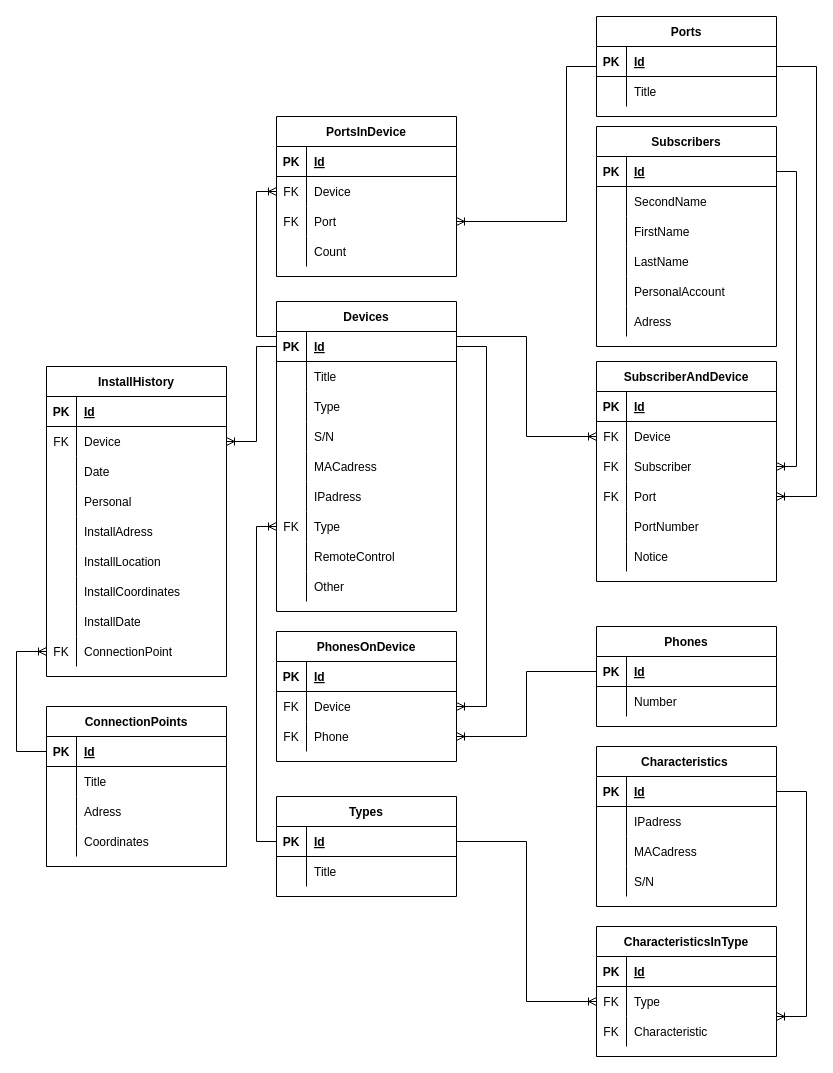
Grhead/Diagram-Logic keeps this draw.io diagram as Мищук Егор группа 604.drawio. Above is the earlier version. Source tidied: cells renumbered, new cells numbered last; positions are measured from the earlier drawing's top-left corner, leaving out a move shared by most shapes. Both pictures are drawn from the tidied source at 100%, with x=0, y=0 at pixel (16, 16).
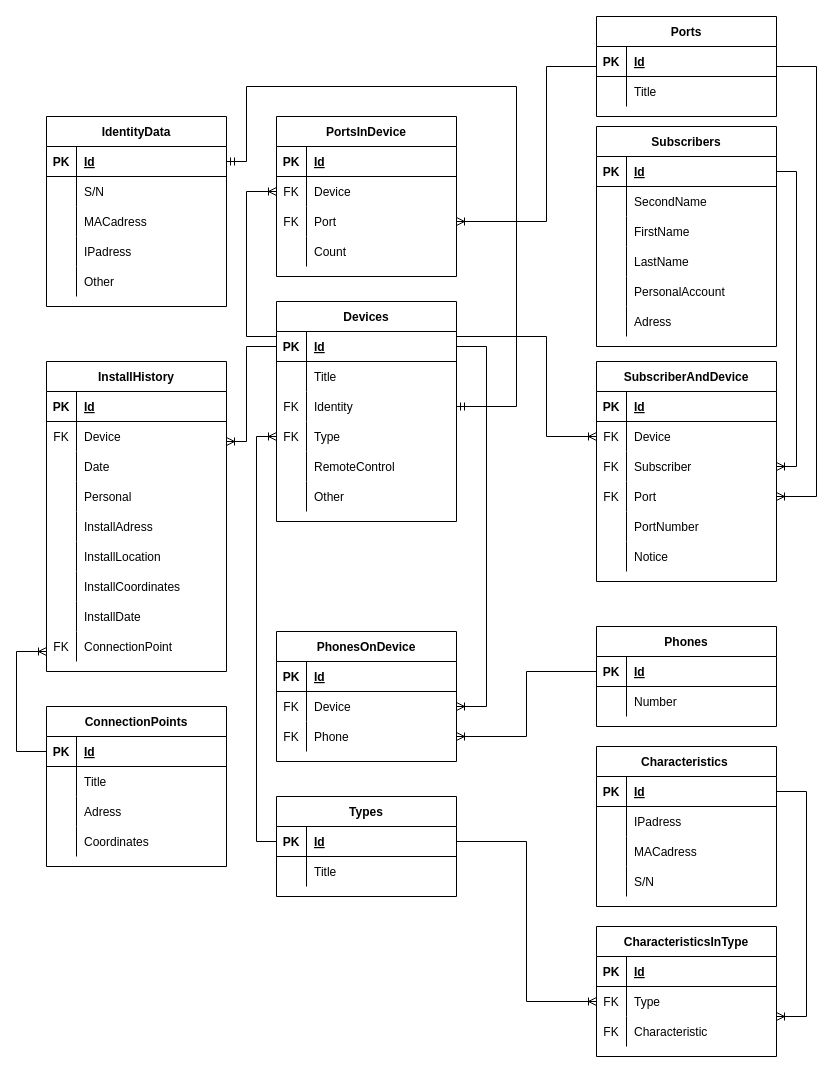
Above is the later version.

Unchanged cells that the change refers to:
```xml
<mxCell id="3" style="shape=tableRow;horizontal=0;startSize=0;swimlaneHead=0;swimlaneBody=0;fillColor=none;points=[[0,0.5],[1,0.5]];portConstraint=eastwest;top=0;left=0;right=0;bottom=1;" parent="2" vertex="1">
  <mxGeometry y="30" width="180" height="30" as="geometry" />
</mxCell>
<mxCell id="9" style="shape=tableRow;horizontal=0;startSize=0;swimlaneHead=0;swimlaneBody=0;fillColor=none;points=[[0,0.5],[1,0.5]];portConstraint=eastwest;top=0;left=0;right=0;bottom=0;" parent="2" vertex="1">
  <mxGeometry y="90" width="180" height="30" as="geometry" />
</mxCell>
<mxCell id="31" style="shape=tableRow;horizontal=0;startSize=0;swimlaneHead=0;swimlaneBody=0;fillColor=none;points=[[0,0.5],[1,0.5]];portConstraint=eastwest;top=0;left=0;right=0;bottom=1;" parent="30" vertex="1">
  <mxGeometry y="30" width="180" height="30" as="geometry" />
</mxCell>
<mxCell id="41" style="shape=tableRow;horizontal=0;startSize=0;swimlaneHead=0;swimlaneBody=0;fillColor=none;points=[[0,0.5],[1,0.5]];portConstraint=eastwest;top=0;left=0;right=0;bottom=0;" parent="37" vertex="1">
  <mxGeometry y="60" width="180" height="30" as="geometry" />
</mxCell>
<mxCell id="44" style="shape=tableRow;horizontal=0;startSize=0;swimlaneHead=0;swimlaneBody=0;fillColor=none;points=[[0,0.5],[1,0.5]];portConstraint=eastwest;top=0;left=0;right=0;bottom=0;" parent="37" vertex="1">
  <mxGeometry y="90" width="180" height="30" as="geometry" />
</mxCell>
<mxCell id="108" style="shape=tableRow;horizontal=0;startSize=0;swimlaneHead=0;swimlaneBody=0;fillColor=none;points=[[0,0.5],[1,0.5]];portConstraint=eastwest;top=0;left=0;right=0;bottom=0;" parent="104" vertex="1">
  <mxGeometry y="60" width="180" height="30" as="geometry" />
</mxCell>
<mxCell id="130" style="shape=tableRow;horizontal=0;startSize=0;swimlaneHead=0;swimlaneBody=0;fillColor=none;points=[[0,0.5],[1,0.5]];portConstraint=eastwest;top=0;left=0;right=0;bottom=0;" parent="126" vertex="1">
  <mxGeometry y="60" width="180" height="30" as="geometry" />
</mxCell>
<mxCell id="181" style="shape=tableRow;horizontal=0;startSize=0;swimlaneHead=0;swimlaneBody=0;fillColor=none;points=[[0,0.5],[1,0.5]];portConstraint=eastwest;top=0;left=0;right=0;bottom=1;" parent="180" vertex="1">
  <mxGeometry y="30" width="180" height="30" as="geometry" />
</mxCell>
```

The edit, as a diff of the source:
```diff
@@
     <mxCell id="2" value="Devices" style="shape=table;startSize=30;childLayout=tableLayout;rowLines=0;fontStyle=1;align=center;" parent="1" vertex="1">
-      <mxGeometry x="260" y="285" width="180" height="310" as="geometry" />
+      <mxGeometry x="260" y="285" width="180" height="220" as="geometry" />
     </mxCell>
@@
-    <mxCell id="10" style="shape=partialRectangle;fillColor=none;top=0;left=0;bottom=0;right=0;overflow=hidden;" parent="9" vertex="1">
-      <mxGeometry width="30" height="30" as="geometry" />
-    </mxCell>
-    <mxCell id="11" value="Type" style="shape=partialRectangle;fillColor=none;top=0;left=0;bottom=0;right=0;align=left;spacingLeft=6;overflow=hidden;" parent="9" vertex="1">
-      <mxGeometry x="30" width="150" height="30" as="geometry" />
-    </mxCell>
-    <mxCell id="12" style="shape=tableRow;horizontal=0;startSize=0;swimlaneHead=0;swimlaneBody=0;fillColor=none;top=0;left=0;right=0;bottom=0;" parent="2" vertex="1">
-      <mxGeometry y="120" width="180" height="30" as="geometry" />
-    </mxCell>
-    <mxCell id="13" style="shape=partialRectangle;fillColor=none;top=0;left=0;bottom=0;right=0;overflow=hidden;" parent="12" vertex="1">
-      <mxGeometry width="30" height="30" as="geometry" />
-    </mxCell>
-    <mxCell id="14" value="S/N" style="shape=partialRectangle;fillColor=none;top=0;left=0;bottom=0;right=0;align=left;spacingLeft=6;overflow=hidden;" parent="12" vertex="1">
-      <mxGeometry x="30" width="150" height="30" as="geometry" />
-    </mxCell>
-    <mxCell id="15" style="shape=tableRow;horizontal=0;startSize=0;swimlaneHead=0;swimlaneBody=0;fillColor=none;top=0;left=0;right=0;bottom=0;" parent="2" vertex="1">
-      <mxGeometry y="150" width="180" height="30" as="geometry" />
-    </mxCell>
-    <mxCell id="16" style="shape=partialRectangle;fillColor=none;top=0;left=0;bottom=0;right=0;overflow=hidden;" parent="15" vertex="1">
-      <mxGeometry width="30" height="30" as="geometry" />
-    </mxCell>
-    <mxCell id="17" value="MACadress" style="shape=partialRectangle;fillColor=none;top=0;left=0;bottom=0;right=0;align=left;spacingLeft=6;overflow=hidden;" parent="15" vertex="1">
-      <mxGeometry x="30" width="150" height="30" as="geometry" />
-    </mxCell>
-    <mxCell id="18" style="shape=tableRow;horizontal=0;startSize=0;swimlaneHead=0;swimlaneBody=0;fillColor=none;top=0;left=0;right=0;bottom=0;" parent="2" vertex="1">
-      <mxGeometry y="180" width="180" height="30" as="geometry" />
-    </mxCell>
-    <mxCell id="19" style="shape=partialRectangle;fillColor=none;top=0;left=0;bottom=0;right=0;overflow=hidden;" parent="18" vertex="1">
-      <mxGeometry width="30" height="30" as="geometry" />
-    </mxCell>
-    <mxCell id="20" value="IPadress" style="shape=partialRectangle;fillColor=none;top=0;left=0;bottom=0;right=0;align=left;spacingLeft=6;overflow=hidden;" parent="18" vertex="1">
-      <mxGeometry x="30" width="150" height="30" as="geometry" />
-    </mxCell>
+    <mxCell id="188" value="FK" style="shape=partialRectangle;fillColor=none;top=0;left=0;bottom=0;right=0;overflow=hidden;" parent="9" vertex="1">
+      <mxGeometry width="30" height="30" as="geometry" />
+    </mxCell>
+    <mxCell id="189" value="Identity" style="shape=partialRectangle;fillColor=none;top=0;left=0;bottom=0;right=0;align=left;spacingLeft=6;overflow=hidden;" parent="9" vertex="1">
+      <mxGeometry x="30" width="150" height="30" as="geometry" />
+    </mxCell>
     <mxCell id="21" style="shape=tableRow;horizontal=0;startSize=0;swimlaneHead=0;swimlaneBody=0;fillColor=none;points=[[0,0.5],[1,0.5]];portConstraint=eastwest;top=0;left=0;right=0;bottom=0;" parent="2" vertex="1">
-      <mxGeometry y="210" width="180" height="30" as="geometry" />
+      <mxGeometry y="120" width="180" height="30" as="geometry" />
     </mxCell>
@@
     <mxCell id="24" style="shape=tableRow;horizontal=0;startSize=0;swimlaneHead=0;swimlaneBody=0;fillColor=none;top=0;left=0;right=0;bottom=0;" parent="2" vertex="1">
-      <mxGeometry y="240" width="180" height="30" as="geometry" />
+      <mxGeometry y="150" width="180" height="30" as="geometry" />
     </mxCell>
@@
     <mxCell id="27" style="shape=tableRow;horizontal=0;startSize=0;swimlaneHead=0;swimlaneBody=0;fillColor=none;top=0;left=0;right=0;bottom=0;" parent="2" vertex="1">
-      <mxGeometry y="270" width="180" height="30" as="geometry" />
+      <mxGeometry y="180" width="180" height="30" as="geometry" />
     </mxCell>
@@
     <mxCell id="82" style="edgeStyle=orthogonalEdgeStyle;fontSize=12;html=1;endArrow=ERoneToMany;rounded=0;" parent="1" edge="1" source="181" target="44">
       <mxGeometry relative="1" as="geometry">
         <Array as="points">
-          <mxPoint x="550" y="50" />
-          <mxPoint x="550" y="205" />
+          <mxPoint x="530" y="50" />
+          <mxPoint x="530" y="205" />
         </Array>
       </mxGeometry>
     </mxCell>
     <mxCell id="83" style="edgeStyle=orthogonalEdgeStyle;fontSize=12;html=1;endArrow=ERoneToMany;rounded=0;" parent="1" edge="1" source="3" target="41">
       <mxGeometry relative="1" as="geometry">
         <Array as="points">
-          <mxPoint x="240" y="320" />
-          <mxPoint x="240" y="175" />
+          <mxPoint x="230" y="320" />
+          <mxPoint x="230" y="175" />
         </Array>
       </mxGeometry>
     </mxCell>
@@
     <mxCell id="123" style="edgeStyle=orthogonalEdgeStyle;fontSize=12;html=1;endArrow=ERoneToMany;rounded=0;" parent="1" edge="1" source="3" target="108">
       <mxGeometry relative="1" as="geometry">
         <Array as="points">
-          <mxPoint x="510" y="320" />
-          <mxPoint x="510" y="420" />
+          <mxPoint x="530" y="320" />
+          <mxPoint x="530" y="420" />
         </Array>
       </mxGeometry>
     </mxCell>
@@
     <mxCell id="126" value="InstallHistory" style="shape=table;startSize=30;childLayout=tableLayout;rowLines=0;fontStyle=1;align=center;" parent="1" vertex="1">
-      <mxGeometry x="30" y="350" width="180" height="310" as="geometry" />
+      <mxGeometry x="30" y="345" width="180" height="310" as="geometry" />
     </mxCell>
@@
     <mxCell id="154" style="edgeStyle=orthogonalEdgeStyle;fontSize=12;html=1;endArrow=ERoneToMany;rounded=0;" parent="1" edge="1" source="3" target="130">
       <mxGeometry relative="1" as="geometry">
         <Array as="points">
-          <mxPoint x="240" y="330" />
-          <mxPoint x="240" y="425" />
+          <mxPoint x="230" y="330" />
+          <mxPoint x="230" y="425" />
         </Array>
       </mxGeometry>
     </mxCell>
@@
     <mxCell id="187" style="edgeStyle=orthogonalEdgeStyle;fontSize=12;html=1;endArrow=ERoneToMany;rounded=0;" parent="1" edge="1" source="31" target="21">
       <mxGeometry relative="1" as="geometry">
         <Array as="points">
           <mxPoint x="240" y="825" />
-          <mxPoint x="240" y="510" />
+          <mxPoint x="240" y="420" />
         </Array>
       </mxGeometry>
     </mxCell>
+    <mxCell id="190" value="IdentityData" style="shape=table;startSize=30;childLayout=tableLayout;rowLines=0;fontStyle=1;align=center;" parent="1" vertex="1">
+      <mxGeometry x="30" y="100" width="180" height="190" as="geometry" />
+    </mxCell>
+    <mxCell id="191" style="shape=tableRow;horizontal=0;startSize=0;swimlaneHead=0;swimlaneBody=0;fillColor=none;points=[[0,0.5],[1,0.5]];portConstraint=eastwest;top=0;left=0;right=0;bottom=1;" parent="190" vertex="1">
+      <mxGeometry y="30" width="180" height="30" as="geometry" />
+    </mxCell>
+    <mxCell id="192" value="PK" style="shape=partialRectangle;fillColor=none;top=0;left=0;bottom=0;right=0;fontStyle=1;overflow=hidden;" parent="191" vertex="1">
+      <mxGeometry width="30" height="30" as="geometry" />
+    </mxCell>
+    <mxCell id="193" value="Id" style="shape=partialRectangle;fillColor=none;top=0;left=0;bottom=0;right=0;align=left;spacingLeft=6;fontStyle=5;overflow=hidden;" parent="191" vertex="1">
+      <mxGeometry x="30" width="150" height="30" as="geometry" />
+    </mxCell>
+    <mxCell id="12" style="shape=tableRow;horizontal=0;startSize=0;swimlaneHead=0;swimlaneBody=0;fillColor=none;top=0;left=0;right=0;bottom=0;" parent="190" vertex="1">
+      <mxGeometry y="60" width="180" height="30" as="geometry" />
+    </mxCell>
+    <mxCell id="13" style="shape=partialRectangle;fillColor=none;top=0;left=0;bottom=0;right=0;overflow=hidden;" parent="12" vertex="1">
+      <mxGeometry width="30" height="30" as="geometry" />
+    </mxCell>
+    <mxCell id="14" value="S/N" style="shape=partialRectangle;fillColor=none;top=0;left=0;bottom=0;right=0;align=left;spacingLeft=6;overflow=hidden;" parent="12" vertex="1">
+      <mxGeometry x="30" width="150" height="30" as="geometry" />
+    </mxCell>
+    <mxCell id="15" style="shape=tableRow;horizontal=0;startSize=0;swimlaneHead=0;swimlaneBody=0;fillColor=none;top=0;left=0;right=0;bottom=0;" parent="190" vertex="1">
+      <mxGeometry y="90" width="180" height="30" as="geometry" />
+    </mxCell>
+    <mxCell id="16" style="shape=partialRectangle;fillColor=none;top=0;left=0;bottom=0;right=0;overflow=hidden;" parent="15" vertex="1">
+      <mxGeometry width="30" height="30" as="geometry" />
+    </mxCell>
+    <mxCell id="17" value="MACadress" style="shape=partialRectangle;fillColor=none;top=0;left=0;bottom=0;right=0;align=left;spacingLeft=6;overflow=hidden;" parent="15" vertex="1">
+      <mxGeometry x="30" width="150" height="30" as="geometry" />
+    </mxCell>
+    <mxCell id="18" style="shape=tableRow;horizontal=0;startSize=0;swimlaneHead=0;swimlaneBody=0;fillColor=none;top=0;left=0;right=0;bottom=0;" parent="190" vertex="1">
+      <mxGeometry y="120" width="180" height="30" as="geometry" />
+    </mxCell>
+    <mxCell id="19" style="shape=partialRectangle;fillColor=none;top=0;left=0;bottom=0;right=0;overflow=hidden;" parent="18" vertex="1">
+      <mxGeometry width="30" height="30" as="geometry" />
+    </mxCell>
+    <mxCell id="20" value="IPadress" style="shape=partialRectangle;fillColor=none;top=0;left=0;bottom=0;right=0;align=left;spacingLeft=6;overflow=hidden;" parent="18" vertex="1">
+      <mxGeometry x="30" width="150" height="30" as="geometry" />
+    </mxCell>
+    <mxCell id="194" style="shape=tableRow;horizontal=0;startSize=0;swimlaneHead=0;swimlaneBody=0;fillColor=none;top=0;left=0;right=0;bottom=0;" parent="190" vertex="1">
+      <mxGeometry y="150" width="180" height="30" as="geometry" />
+    </mxCell>
+    <mxCell id="10" style="shape=partialRectangle;fillColor=none;top=0;left=0;bottom=0;right=0;overflow=hidden;" parent="194" vertex="1">
+      <mxGeometry width="30" height="30" as="geometry" />
+    </mxCell>
+    <mxCell id="195" value="Other" style="shape=partialRectangle;fillColor=none;top=0;left=0;bottom=0;right=0;align=left;spacingLeft=6;overflow=hidden;" parent="194" vertex="1">
+      <mxGeometry x="30" width="150" height="30" as="geometry" />
+    </mxCell>
+    <mxCell id="196" style="edgeStyle=orthogonalEdgeStyle;fontSize=12;html=1;endArrow=ERmandOne;startArrow=ERmandOne;rounded=0;" parent="1" edge="1" source="191" target="9">
+      <mxGeometry relative="1" as="geometry">
+        <Array as="points">
+          <mxPoint x="230" y="145" />
+          <mxPoint x="230" y="70" />
+          <mxPoint x="500" y="70" />
+          <mxPoint x="500" y="390" />
+        </Array>
+      </mxGeometry>
+    </mxCell>
```
